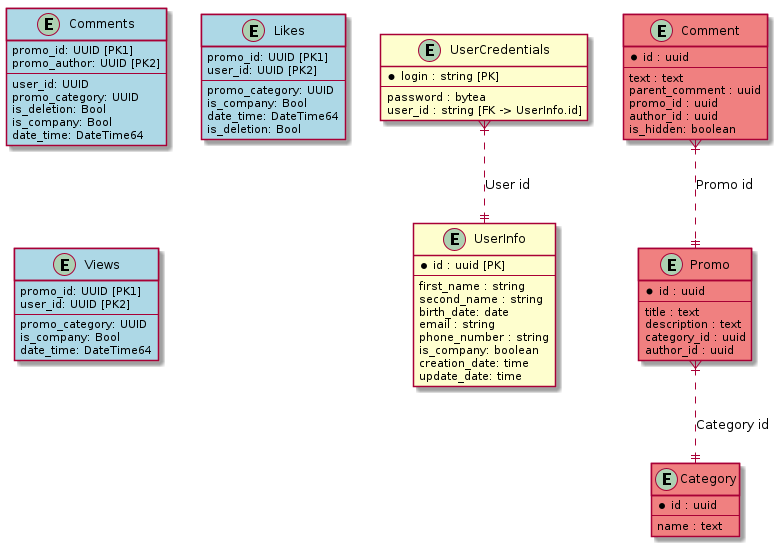
danilabokhanov/loyatly-program-platform keeps this PlantUML diagram as doc/scheme.png. Above is the earlier version.
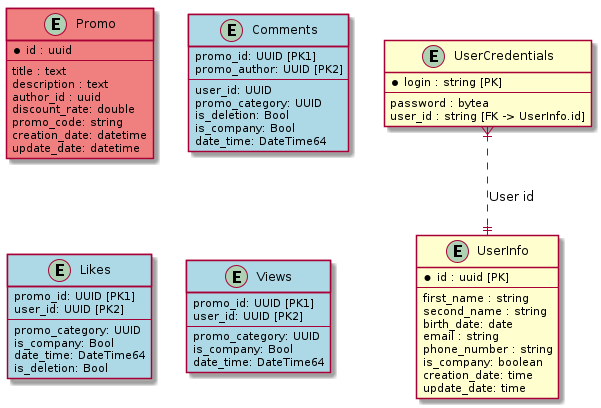
After the commit.

Diff of the diagram source:
```diff
@@ -27,28 +27,12 @@
     --
     title : text
     description : text
-    category_id : uuid
     author_id : uuid
+    discount_rate: double
+    promo_code: string
+    creation_date: datetime
+    update_date: datetime
 }
-
-entity Category #lightcoral {
-    *id : uuid
-    --
-    name : text
-}
-
-entity Comment #lightcoral {
-    *id : uuid
-    --
-    text : text
-    parent_comment : uuid
-    promo_id : uuid
-    author_id : uuid
-    is_hidden: boolean
-}
-
-Promo }|..|| Category : "Category id"
-Comment }|..|| Promo : "Promo id"
 
 entity Comments #lightblue {
     promo_id: UUID [PK1]
```
